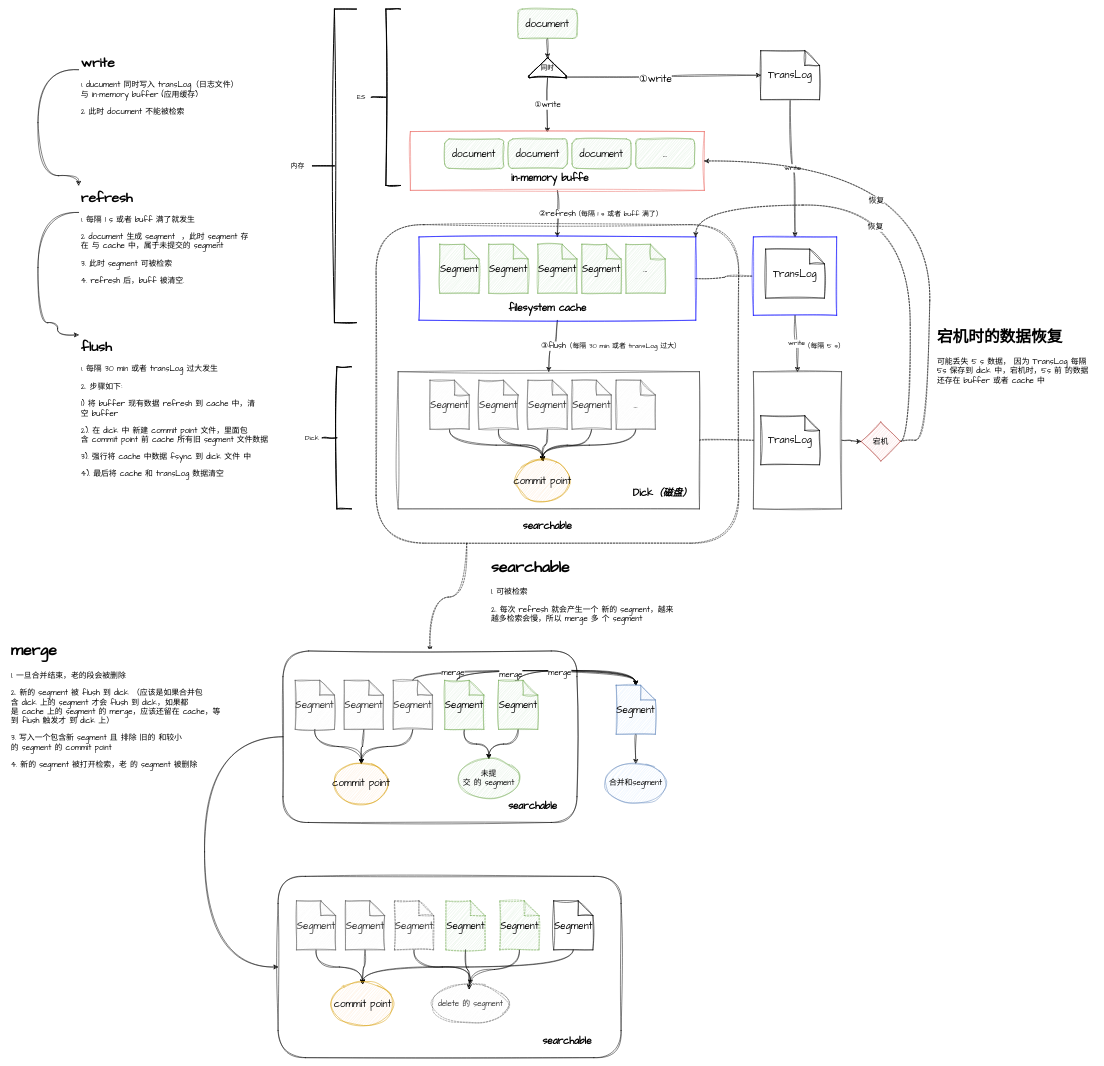
Earlier version of the draw.io diagram noSql/ES机制.drawio (LeslieJiang/myStudy). Source tidied: cells renumbered, new cells numbered last; positions are measured from the earlier drawing's top-left corner, leaving out a move shared by most shapes. Both pictures are drawn from the tidied source at 49%, with x=0, y=0 at pixel (8, 9).
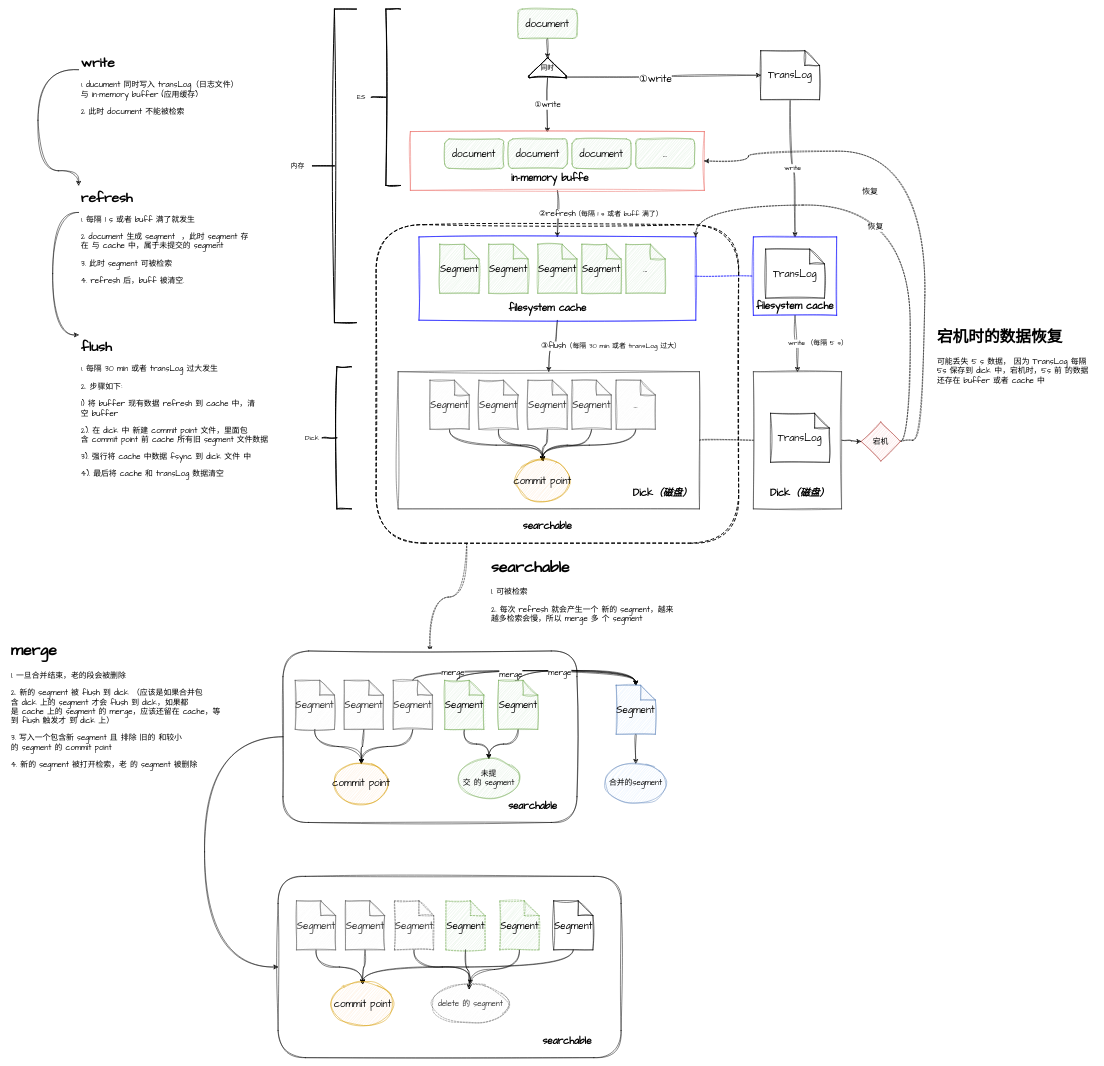
The same diagram, later.

The change refers to these unchanged cells:
```xml
<mxCell id="11" style="rounded=0;whiteSpace=wrap;html=1;sketch=1;hachureGap=4;jiggle=2;fontFamily=Architects Daughter;fontSize=20;strokeColor=#EA6B66;" parent="1" vertex="1">
  <mxGeometry x="820" y="250" width="600" height="120" as="geometry" />
</mxCell>
<mxCell id="20" style="rounded=0;whiteSpace=wrap;html=1;sketch=1;hachureGap=4;jiggle=2;fontFamily=Architects Daughter;fontSize=20;strokeColor=#0000FF;" parent="1" vertex="1">
  <mxGeometry x="837.5" y="465" width="565" height="170" as="geometry" />
</mxCell>
<mxCell id="52" style="rounded=0;whiteSpace=wrap;html=1;sketch=1;hachureGap=4;jiggle=2;fontFamily=Architects Daughter;fontSize=20;strokeColor=#0000FF;" parent="1" vertex="1">
  <mxGeometry x="1520" y="465" width="170" height="160" as="geometry" />
</mxCell>
<mxCell id="59" value="&lt;h1&gt;refresh&lt;/h1&gt;&lt;p style=&quot;font-size: 16px;&quot;&gt;&lt;span style=&quot;font-size: 15px;&quot;&gt;1&lt;/span&gt;&lt;font style=&quot;font-size: 16px;&quot;&gt;.&amp;nbsp;每隔 1&amp;nbsp;s&amp;nbsp;或者&amp;nbsp;buff&amp;nbsp;满了就发生&lt;/font&gt;&lt;/p&gt;&lt;p style=&quot;font-size: 16px;&quot;&gt;&lt;font style=&quot;font-size: 16px;&quot;&gt;2&amp;nbsp;document&amp;nbsp;生成&amp;nbsp;segment&amp;nbsp; ，此时&amp;nbsp;segment&amp;nbsp;存在&amp;nbsp;与&amp;nbsp;cache&amp;nbsp;中，属于未提交的&amp;nbsp;segment&lt;/font&gt;&lt;/p&gt;&lt;p style=&quot;font-size: 16px;&quot;&gt;&lt;font style=&quot;font-size: 16px;&quot;&gt;3.&amp;nbsp;此时&amp;nbsp;segment&amp;nbsp;可被检索&lt;/font&gt;&lt;/p&gt;&lt;p style=&quot;font-size: 16px;&quot;&gt;&lt;font style=&quot;font-size: 16px;&quot;&gt;4.&amp;nbsp;refresh&amp;nbsp;后，buff&amp;nbsp;被清空.&lt;/font&gt;&lt;/p&gt;" style="text;html=1;strokeColor=none;fillColor=none;spacing=5;spacingTop=-20;whiteSpace=wrap;overflow=hidden;rounded=0;sketch=1;hachureGap=4;jiggle=2;fontFamily=Architects Daughter;fontSize=14;" parent="1" vertex="1">
  <mxGeometry x="143" y="360" width="397" height="220" as="geometry" />
</mxCell>
<mxCell id="61" value="&lt;h1&gt;write&lt;/h1&gt;&lt;p style=&quot;font-size: 16px;&quot;&gt;&lt;span style=&quot;font-size: 15px;&quot;&gt;1&lt;/span&gt;&lt;font style=&quot;font-size: 16px;&quot;&gt;.&amp;nbsp;ducument&amp;nbsp;同时写入&amp;nbsp;transLog（日志文件）与&amp;nbsp;in-memory&amp;nbsp;buffer (应用缓存)&lt;/font&gt;&lt;/p&gt;&lt;p style=&quot;font-size: 16px;&quot;&gt;&lt;font style=&quot;font-size: 16px;&quot;&gt;2&amp;nbsp;此时&amp;nbsp;document&amp;nbsp;不能被检索&lt;/font&gt;&lt;/p&gt;" style="text;html=1;strokeColor=none;fillColor=none;spacing=5;spacingTop=-20;whiteSpace=wrap;overflow=hidden;rounded=0;sketch=1;hachureGap=4;jiggle=2;fontFamily=Architects Daughter;fontSize=14;" parent="1" vertex="1">
  <mxGeometry x="143" y="85" width="367" height="155" as="geometry" />
</mxCell>
<mxCell id="62" value="&lt;h1&gt;flush&lt;/h1&gt;&lt;p style=&quot;font-size: 16px;&quot;&gt;&lt;span style=&quot;font-size: 15px;&quot;&gt;1&lt;/span&gt;&lt;font style=&quot;font-size: 16px;&quot;&gt;.&amp;nbsp;每隔 30&amp;nbsp;min&amp;nbsp;或者&amp;nbsp;transLog&amp;nbsp;过大发生&lt;/font&gt;&lt;/p&gt;&lt;p style=&quot;font-size: 16px;&quot;&gt;2.&amp;nbsp;步骤如下:&lt;/p&gt;&lt;p style=&quot;font-size: 16px;&quot;&gt;&lt;font style=&quot;font-size: 16px;&quot;&gt;1) 将&amp;nbsp;buffer&amp;nbsp;现有数据&amp;nbsp;refresh&amp;nbsp;到&amp;nbsp;cache&amp;nbsp;中，清空&amp;nbsp;buffer&lt;/font&gt;&lt;/p&gt;&lt;p style=&quot;font-size: 16px;&quot;&gt;&lt;font style=&quot;font-size: 16px;&quot;&gt;2).&amp;nbsp;在&amp;nbsp;dick&amp;nbsp;中&amp;nbsp;新建&amp;nbsp;commit&amp;nbsp;point&amp;nbsp;文件，里面包含&amp;nbsp;commit&amp;nbsp;point&amp;nbsp;前&amp;nbsp;cache&amp;nbsp;所有旧&amp;nbsp;segment&amp;nbsp;文件数据&lt;/font&gt;&lt;/p&gt;&lt;p style=&quot;font-size: 16px;&quot;&gt;&lt;font style=&quot;font-size: 16px;&quot;&gt;3).&amp;nbsp;强行将&amp;nbsp;cache&amp;nbsp;中数据&amp;nbsp;fsync&amp;nbsp;到&amp;nbsp;dick&amp;nbsp;文件&amp;nbsp;中&lt;/font&gt;&lt;/p&gt;&lt;p style=&quot;font-size: 16px;&quot;&gt;4).&amp;nbsp;最后将&amp;nbsp;cache&amp;nbsp;和&amp;nbsp;transLog&amp;nbsp;数据清空&lt;/p&gt;" style="text;html=1;strokeColor=none;fillColor=none;spacing=5;spacingTop=-20;whiteSpace=wrap;overflow=hidden;rounded=0;sketch=1;hachureGap=4;jiggle=2;fontFamily=Architects Daughter;fontSize=14;" parent="1" vertex="1">
  <mxGeometry x="143" y="665" width="430" height="315" as="geometry" />
</mxCell>
<mxCell id="68" value="宕机" style="rhombus;whiteSpace=wrap;html=1;sketch=1;hachureGap=4;jiggle=2;strokeColor=#b85450;fontFamily=Architects Daughter;fontSize=16;fillColor=#f8cecc;" parent="1" vertex="1">
  <mxGeometry x="1740" y="842.5" width="80" height="80" as="geometry" />
</mxCell>
```

What changed in the source:
```diff
@@
-    <mxCell id="4" style="rounded=1;whiteSpace=wrap;html=1;sketch=1;hachureGap=4;jiggle=2;strokeColor=#000000;fontFamily=Architects Daughter;fontSize=16;dashed=1;fillColor=none;glass=0;" parent="1" vertex="1">
+    <mxCell id="4" style="rounded=1;whiteSpace=wrap;html=1;sketch=1;hachureGap=4;jiggle=2;strokeColor=#000000;fontFamily=Architects Daughter;fontSize=16;dashed=1;fillColor=none;glass=0;strokeWidth=2;" parent="1" vertex="1">
       <mxGeometry x="750" y="440" width="740" height="650" as="geometry" />
     </mxCell>
@@
-    <mxCell id="19" style="edgeStyle=orthogonalEdgeStyle;curved=1;rounded=0;sketch=1;hachureGap=4;jiggle=2;jettySize=auto;html=1;exitX=1;exitY=0.5;exitDx=0;exitDy=0;entryX=0;entryY=0.5;entryDx=0;entryDy=0;fontFamily=Architects Daughter;fontSize=14;endArrow=none;endFill=0;dashed=1;" parent="1" edge="1" source="20" target="52">
+    <mxCell id="19" style="edgeStyle=orthogonalEdgeStyle;curved=1;rounded=0;sketch=1;hachureGap=4;jiggle=2;jettySize=auto;html=1;exitX=0.996;exitY=0.471;exitDx=0;exitDy=0;entryX=0;entryY=0.5;entryDx=0;entryDy=0;fontFamily=Architects Daughter;fontSize=14;endArrow=none;endFill=0;dashed=1;exitPerimeter=0;strokeColor=#0000FF;" parent="1" edge="1" source="20" target="52">
       <mxGeometry relative="1" as="geometry" />
     </mxCell>
@@
     <mxCell id="56" value="TransLog" style="shape=note;whiteSpace=wrap;html=1;backgroundOutline=1;darkOpacity=0.05;sketch=1;hachureGap=4;jiggle=2;fontFamily=Architects Daughter;fontSize=20;" parent="1" vertex="1">
-      <mxGeometry x="1535" y="830" width="120" height="100" as="geometry" />
+      <mxGeometry x="1555" y="825" width="120" height="100" as="geometry" />
     </mxCell>
     <mxCell id="57" value="（每隔 5 s）" style="text;html=1;strokeColor=none;fillColor=none;align=center;verticalAlign=middle;whiteSpace=wrap;rounded=0;dashed=1;sketch=1;hachureGap=4;jiggle=2;fontFamily=Architects Daughter;fontSize=14;" parent="1" vertex="1">
-      <mxGeometry x="1520" y="684" width="290" height="10" as="geometry" />
+      <mxGeometry x="1526" y="678" width="290" height="10" as="geometry" />
     </mxCell>
     <mxCell id="58" style="edgeStyle=orthogonalEdgeStyle;curved=1;rounded=0;sketch=1;hachureGap=4;jiggle=2;jettySize=auto;html=1;exitX=0;exitY=0.25;exitDx=0;exitDy=0;entryX=0;entryY=0;entryDx=0;entryDy=0;fontFamily=Architects Daughter;fontSize=16;endArrow=classic;endFill=1;" parent="1" edge="1" source="59" target="62">
       <mxGeometry relative="1" as="geometry">
         <Array as="points">
-          <mxPoint x="60" y="415" />
-          <mxPoint x="60" y="640" />
-          <mxPoint x="100" y="640" />
-          <mxPoint x="100" y="665" />
+          <mxPoint x="90" y="415" />
+          <mxPoint x="90" y="665" />
         </Array>
       </mxGeometry>
     </mxCell>
@@
     <mxCell id="60" style="edgeStyle=orthogonalEdgeStyle;curved=1;rounded=0;sketch=1;hachureGap=4;jiggle=2;jettySize=auto;html=1;exitX=0;exitY=0.25;exitDx=0;exitDy=0;entryX=0;entryY=0;entryDx=0;entryDy=0;fontFamily=Architects Daughter;fontSize=16;endArrow=classic;endFill=1;" parent="1" edge="1" source="61" target="59">
       <mxGeometry relative="1" as="geometry">
         <Array as="points">
           <mxPoint x="60" y="124" />
-          <mxPoint x="60" y="340" />
-          <mxPoint x="143" y="340" />
+          <mxPoint x="60" y="330" />
+          <mxPoint x="143" y="330" />
         </Array>
       </mxGeometry>
     </mxCell>
@@
     <mxCell id="64" style="edgeStyle=orthogonalEdgeStyle;curved=1;rounded=0;sketch=1;hachureGap=4;jiggle=2;jettySize=auto;html=1;exitX=1;exitY=0.5;exitDx=0;exitDy=0;entryX=1;entryY=0.5;entryDx=0;entryDy=0;fontFamily=Architects Daughter;fontSize=16;endArrow=classic;endFill=1;dashed=1;" parent="1" edge="1" source="68" target="11">
       <mxGeometry relative="1" as="geometry">
         <Array as="points">
           <mxPoint x="1820" y="880" />
-          <mxPoint x="1880" y="880" />
-          <mxPoint x="1880" y="310" />
+          <mxPoint x="1870" y="880" />
+          <mxPoint x="1870" y="290" />
+          <mxPoint x="1510" y="290" />
+          <mxPoint x="1510" y="310" />
         </Array>
       </mxGeometry>
     </mxCell>
@@
-    <mxCell id="109" value="合并和segment" style="ellipse;whiteSpace=wrap;html=1;rounded=1;glass=0;sketch=1;hachureGap=4;jiggle=2;strokeColor=#6c8ebf;fontFamily=Architects Daughter;fontSize=16;fillColor=#dae8fc;" parent="1" vertex="1">
+    <mxCell id="109" value="合并的segment" style="ellipse;whiteSpace=wrap;html=1;rounded=1;glass=0;sketch=1;hachureGap=4;jiggle=2;strokeColor=#6c8ebf;fontFamily=Architects Daughter;fontSize=16;fillColor=#dae8fc;" parent="1" vertex="1">
       <mxGeometry x="1220" y="1540" width="120" height="80" as="geometry" />
     </mxCell>
@@
+    <mxCell id="111" value="Dick&lt;i&gt;（磁盘）&lt;/i&gt;" style="text;html=1;strokeColor=none;fillColor=none;align=center;verticalAlign=middle;whiteSpace=wrap;rounded=0;sketch=1;hachureGap=4;jiggle=2;fontFamily=Architects Daughter;fontSize=20;fontStyle=1;" parent="1" vertex="1">
+      <mxGeometry x="1520" y="972.5" width="190" height="30" as="geometry" />
+    </mxCell>
+    <mxCell id="112" value="filesystem cache" style="text;html=1;strokeColor=none;fillColor=none;align=center;verticalAlign=middle;whiteSpace=wrap;rounded=0;sketch=1;hachureGap=4;jiggle=2;fontFamily=Architects Daughter;fontSize=20;fontStyle=1;" parent="1" vertex="1">
+      <mxGeometry x="1510" y="590" width="190" height="30" as="geometry" />
+    </mxCell>
```
